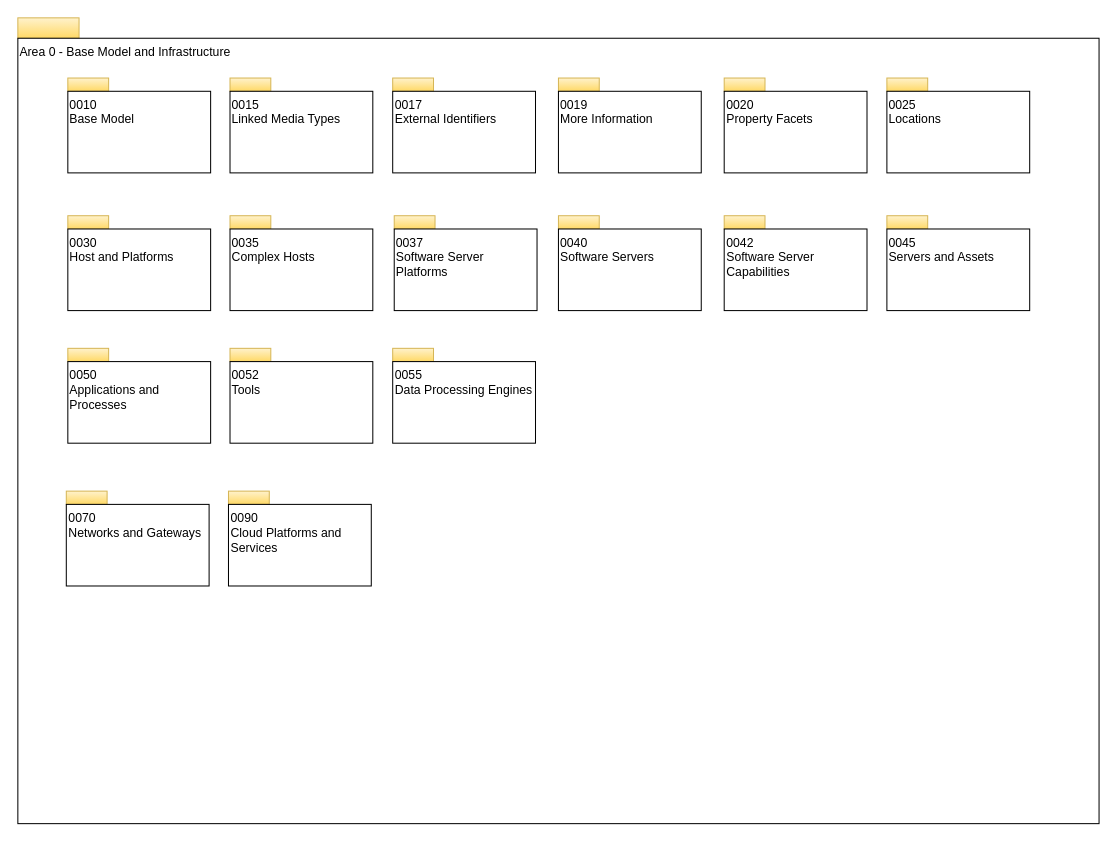
Before: page "overview" (1 of 18) of open-metadata-publication/website/open-metadata-types/area-0-basic-types-and-infrastructure.drawio in planetf1/egeria, a draw.io diagram. Source tidied: cells renumbered, new cells numbered last; positions are measured from the earlier drawing's top-left corner, leaving out a move shared by most shapes. Both pictures are drawn from the tidied source at 102%, with x=0, y=0 at pixel (17, 17).
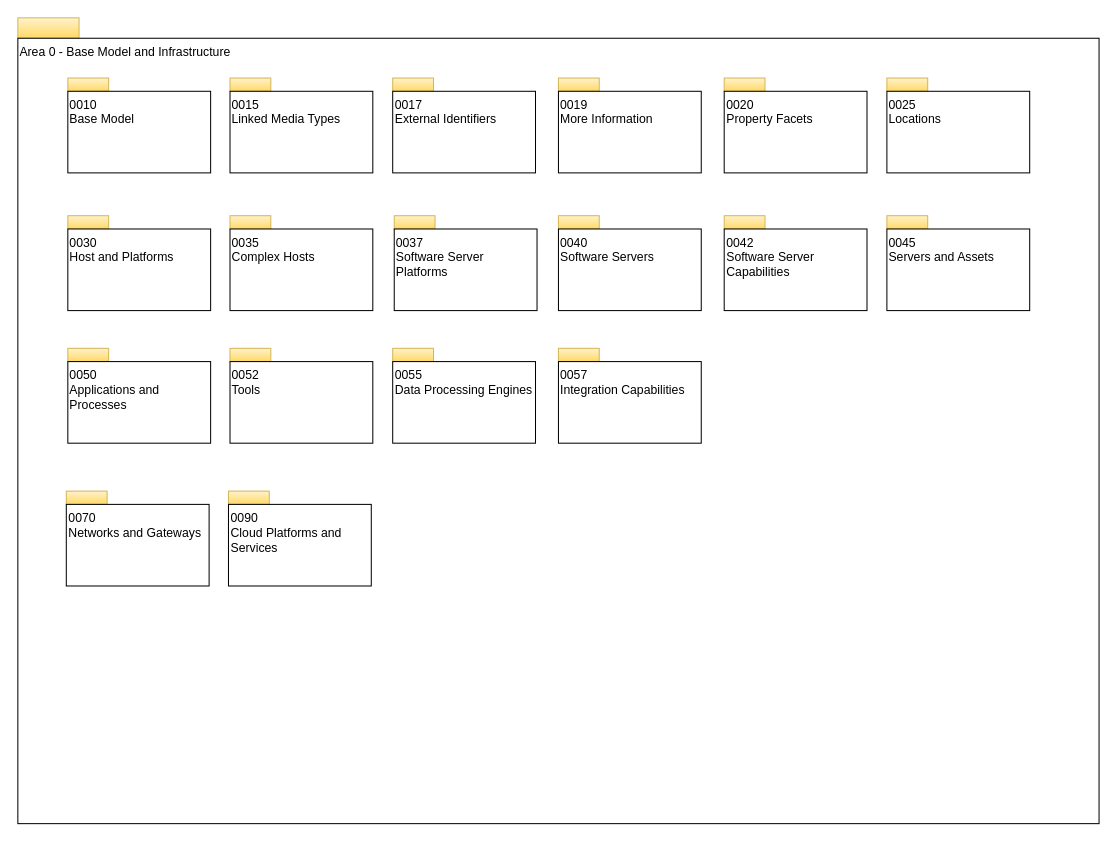
The same diagram, later.

What changed in the source:
```diff
@@
+    <mxCell id="38" style="rounded=0;whiteSpace=wrap;html=1;align=left;fillColor=#fff2cc;strokeColor=#d6b656;gradientColor=#ffd966;" parent="1" vertex="1">
+      <mxGeometry x="530" y="324" width="40" height="13" as="geometry" />
+    </mxCell>
+    <mxCell id="39" value="0057&lt;br&gt;Integration Capabilities" style="rounded=0;whiteSpace=wrap;html=1;align=left;verticalAlign=top;" parent="1" vertex="1">
+      <mxGeometry x="530" y="337" width="140" height="80" as="geometry" />
+    </mxCell>
```
